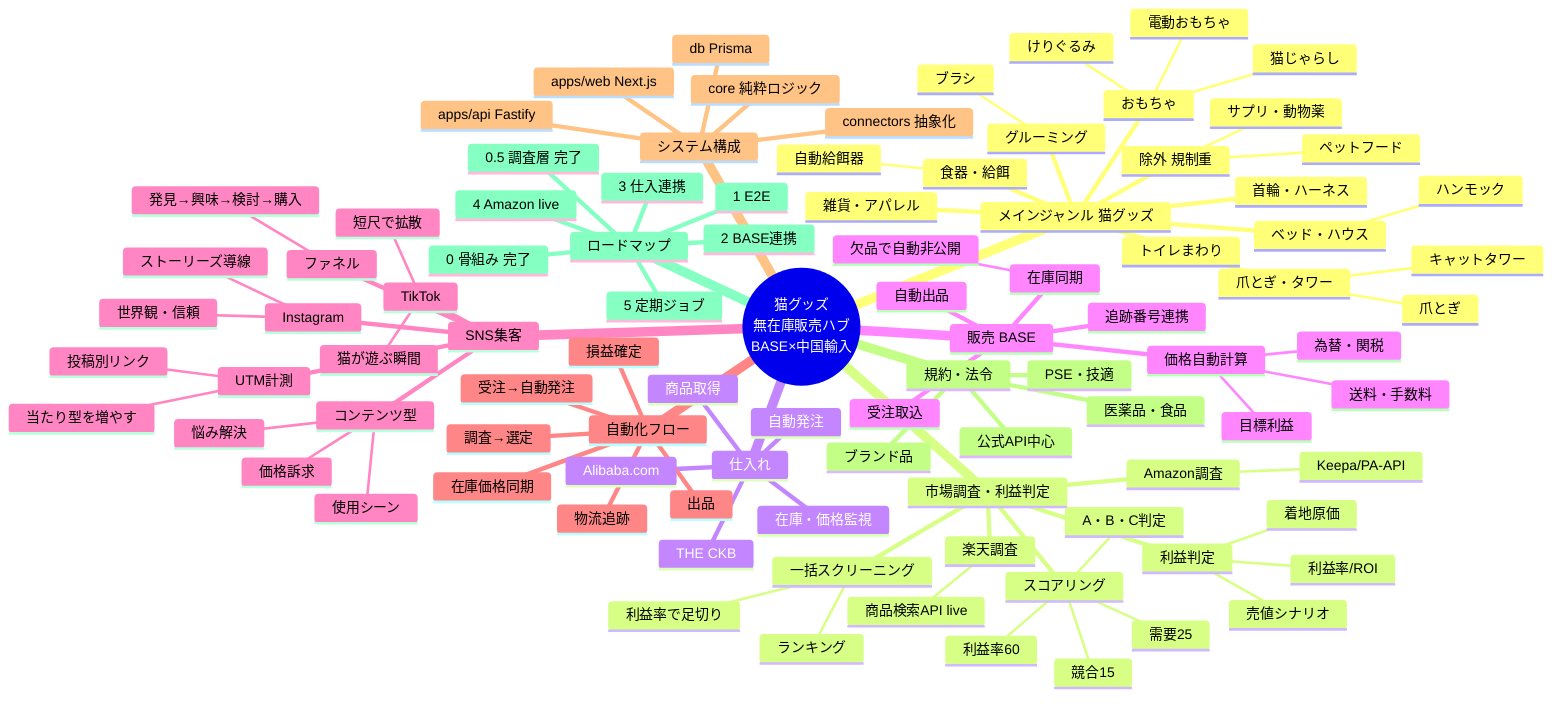
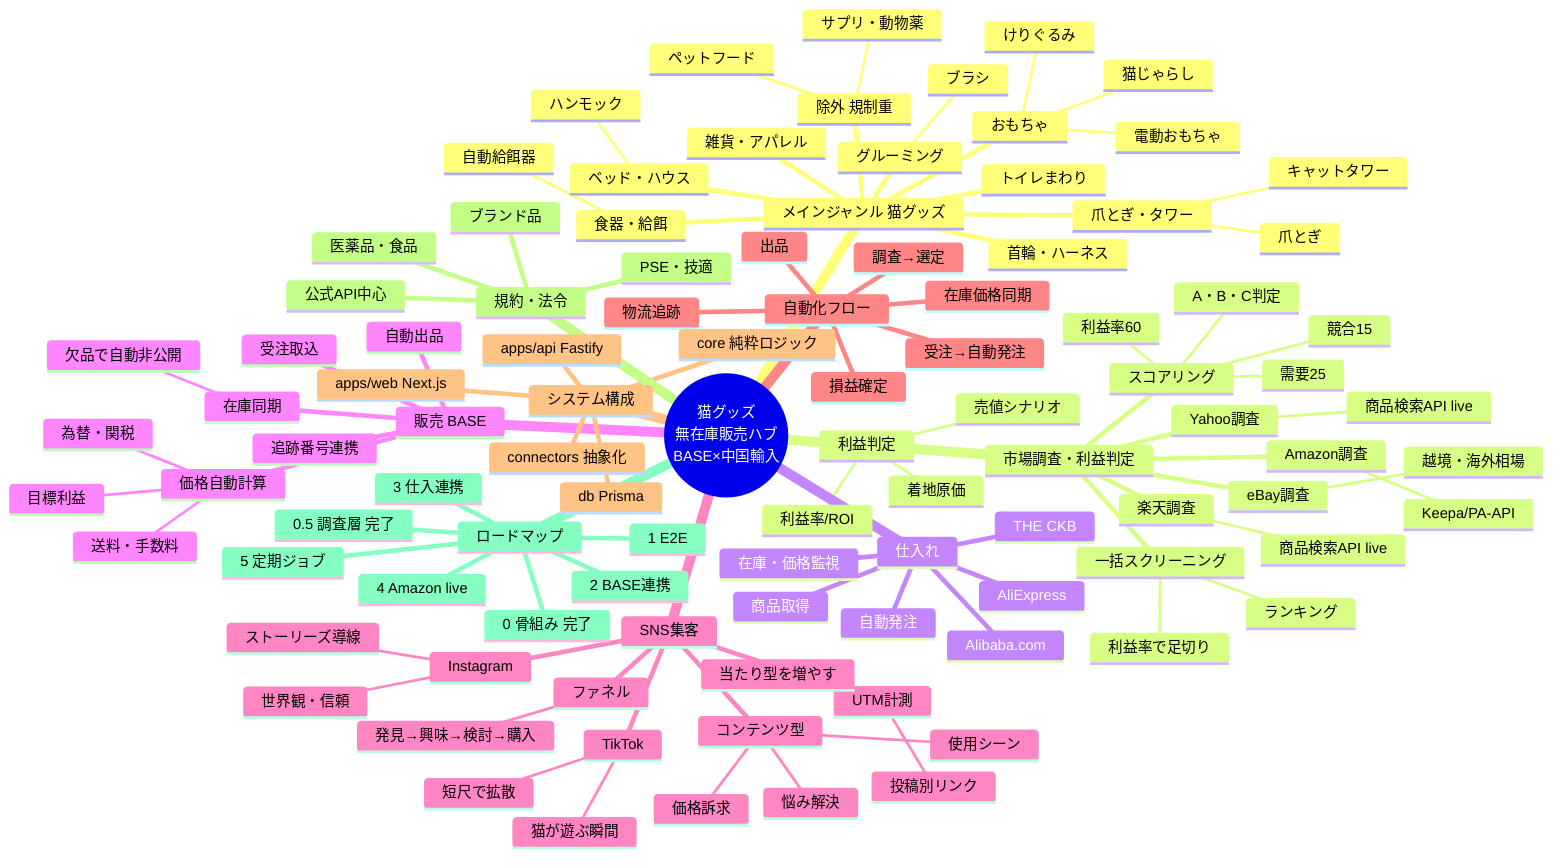
mindmap
  root((猫グッズ<br/>無在庫販売ハブ<br/>BASE×中国輸入))
    メインジャンル 猫グッズ
      おもちゃ
        猫じゃらし
        けりぐるみ
        電動おもちゃ
      爪とぎ・タワー
        キャットタワー
        爪とぎ
      ベッド・ハウス
        ハンモック
      首輪・ハーネス
      トイレまわり
      食器・給餌
        自動給餌器
      グルーミング
        ブラシ
      雑貨・アパレル
      除外 規制重
        ペットフード
        サプリ・動物薬
    市場調査・利益判定
+       楽天調査
+         商品検索API live
+       Yahoo調査
+         商品検索API live
      Amazon調査
        Keepa/PA-API
-       楽天調査
-         商品検索API live
+       eBay調査
+         越境・海外相場
      利益判定
        着地原価
        利益率/ROI
        売値シナリオ
      スコアリング
        利益率60
        需要25
        競合15
        A・B・C判定
      一括スクリーニング
        利益率で足切り
        ランキング
    仕入れ
      Alibaba.com
      THE CKB
+       AliExpress
      商品取得
      在庫・価格監視
      自動発注
    販売 BASE
      自動出品
      価格自動計算
        為替・関税
        送料・手数料
        目標利益
      在庫同期
        欠品で自動非公開
      受注取込
      追跡番号連携
    SNS集客
      TikTok
        短尺で拡散
        猫が遊ぶ瞬間
      Instagram
        世界観・信頼
        ストーリーズ導線
      ファネル
        発見→興味→検討→購入
      コンテンツ型
        使用シーン
        悩み解決
        価格訴求
      UTM計測
        投稿別リンク
        当たり型を増やす
    自動化フロー
      調査→選定
      出品
      在庫価格同期
      受注→自動発注
      物流追跡
      損益確定
    システム構成
      apps/api Fastify
      apps/web Next.js
      core 純粋ロジック
      connectors 抽象化
      db Prisma
    規約・法令
      ブランド品
      PSE・技適
      医薬品・食品
      公式API中心
    ロードマップ
      0 骨組み 完了
      0.5 調査層 完了
      1 E2E
      2 BASE連携
      3 仕入連携
      4 Amazon live
      5 定期ジョブ
